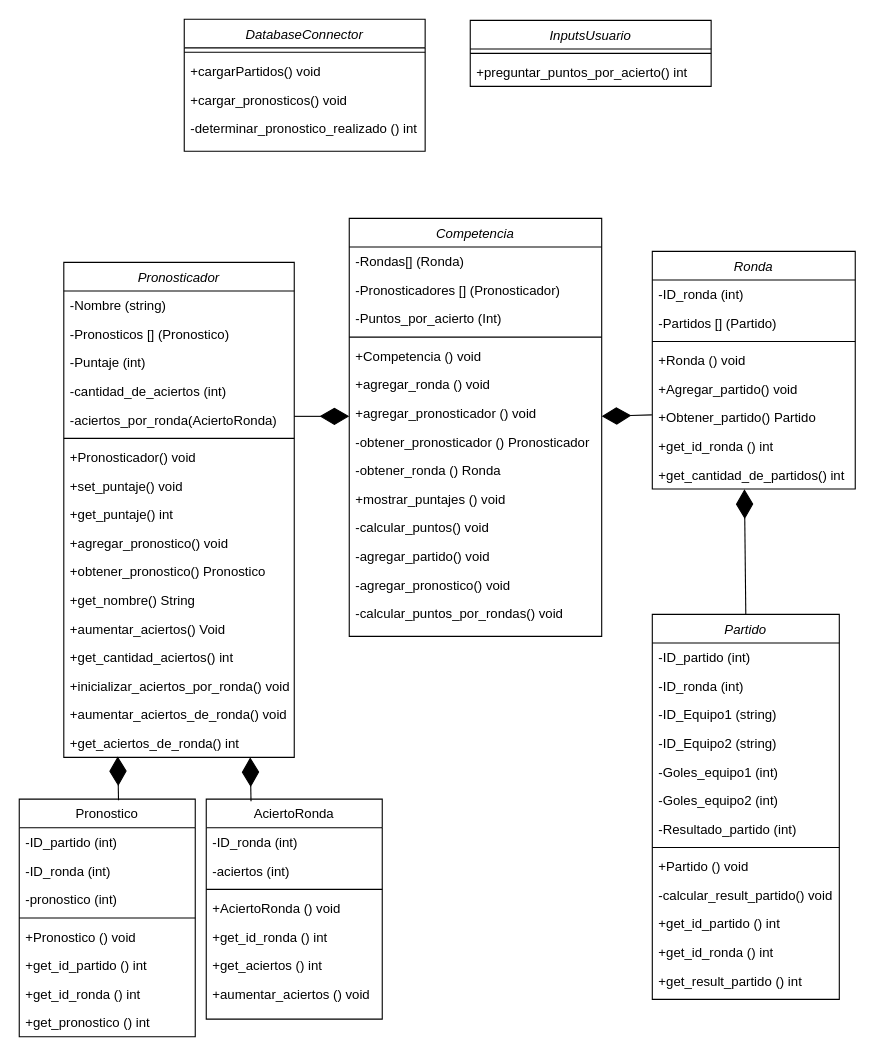
Earlier version of the draw.io diagram doc/UML_Pronosticador_Deportivo.drawio (gmenendez0/Pronosticador_Deportivo). Source tidied: cells renumbered, new cells numbered last; positions are measured from the earlier drawing's top-left corner, leaving out a move shared by most shapes. Both pictures are drawn from the tidied source at 110%, with x=0, y=0 at pixel (19, 19).
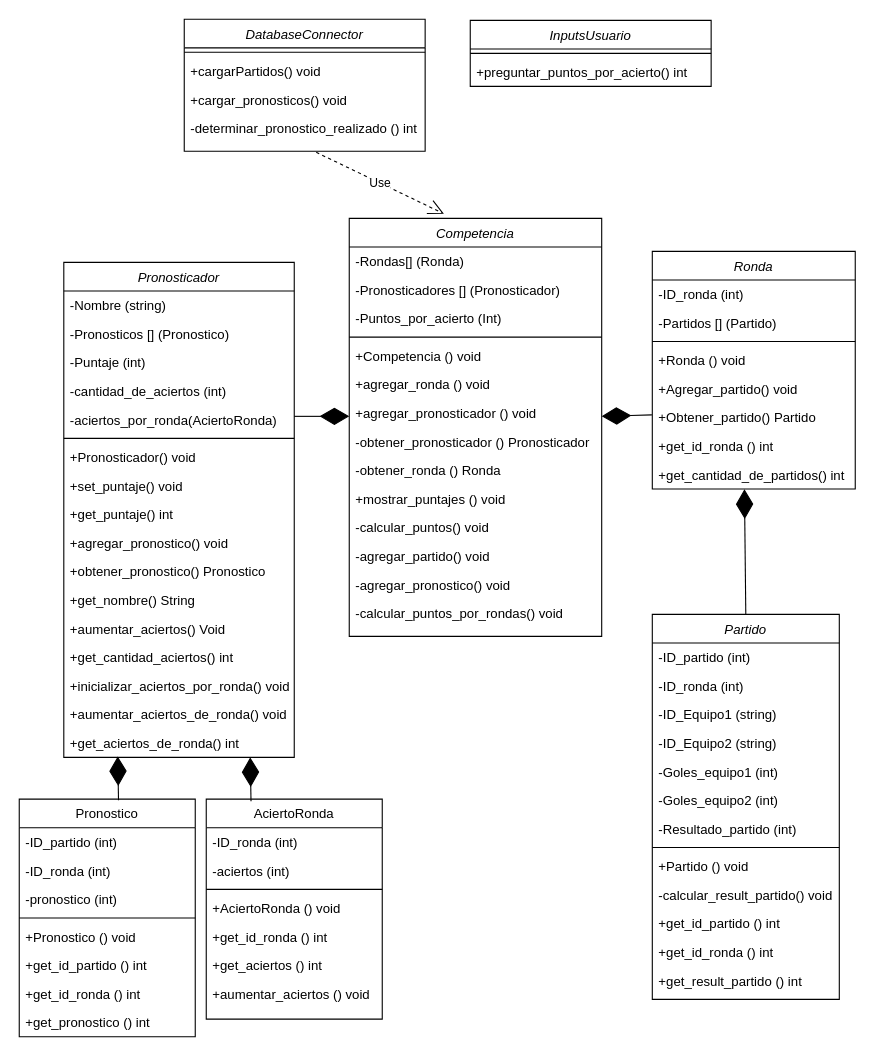
Above is the later version.

Commit message (it also covers changes not shown here):
Se actualiza el diagrama de clases con cambios minimos.

Unchanged cells that the change refers to:
```xml
<mxCell id="52" value="Competencia" style="swimlane;fontStyle=2;align=center;verticalAlign=top;horizontal=1;startSize=26;rounded=0;shadow=0;strokeWidth=1;" parent="1" vertex="1">
  <mxGeometry x="300" y="181" width="229.5" height="380" as="geometry" />
</mxCell>
```

What changed in the source:
```diff
@@
+    <mxCell id="88" value="Use" style="endArrow=open;endSize=12;dashed=1;html=1;rounded=0;entryX=0.375;entryY=-0.011;entryDx=0;entryDy=0;entryPerimeter=0;" parent="1" edge="1" target="52">
+      <mxGeometry relative="1" as="geometry">
+        <mxPoint x="270" y="121" as="sourcePoint" />
+      </mxGeometry>
+    </mxCell>
```
